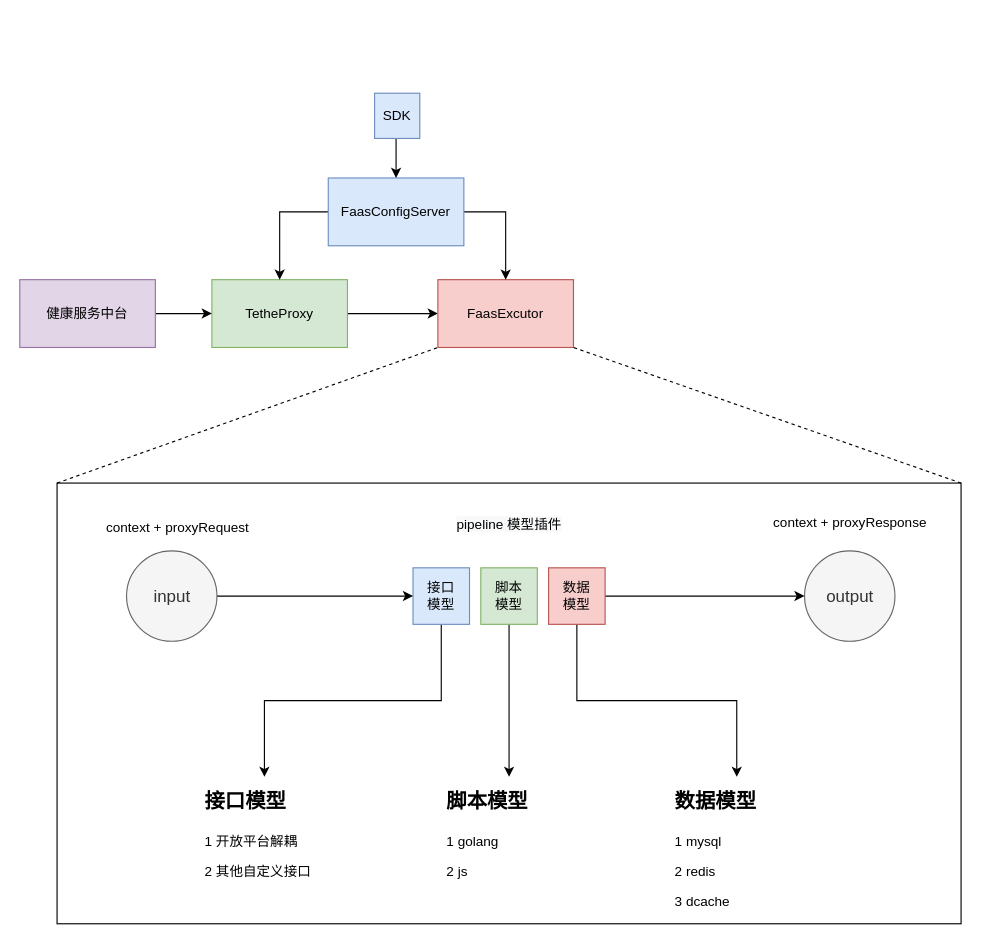
The draw.io diagram faas.drawio in axtrur/resource, before the edit. Source tidied: cells renumbered, new cells numbered last; positions are measured from the earlier drawing's top-left corner, leaving out a move shared by most shapes. Both pictures are drawn from the tidied source at 113%, with x=0, y=0 at pixel (19, 93).
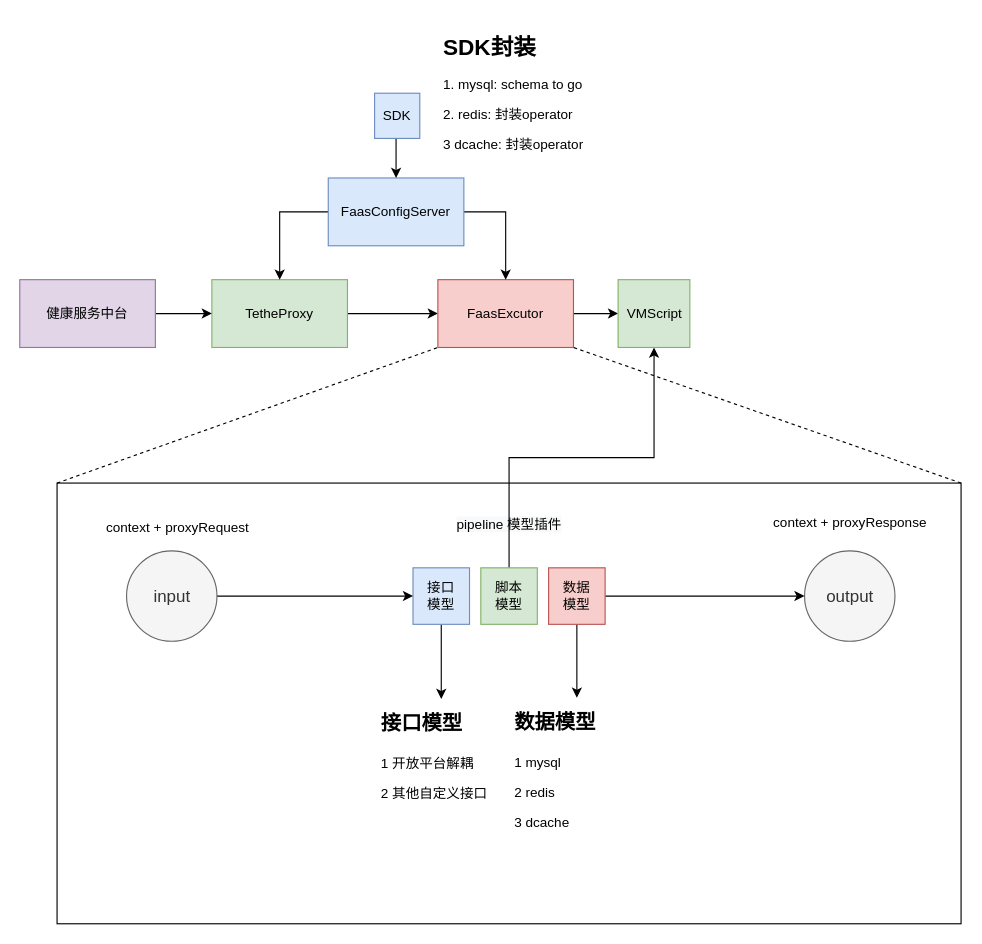
Above is the later version.

The change refers to these unchanged cells:
```xml
<mxCell id="10" value="脚本&lt;br&gt;模型" style="rounded=0;whiteSpace=wrap;html=1;fillColor=#d5e8d4;strokeColor=#82b366;" parent="1" vertex="1">
  <mxGeometry x="408" y="420" width="50" height="50" as="geometry" />
</mxCell>
<mxCell id="21" value="FaasExcutor" style="rounded=0;whiteSpace=wrap;html=1;fontSize=12;fillColor=#f8cecc;strokeColor=#b85450;" parent="1" vertex="1">
  <mxGeometry x="370" y="165" width="120" height="60" as="geometry" />
</mxCell>
```

The edit, as a diff of the source:
```diff
@@
-    <mxCell id="9" style="edgeStyle=orthogonalEdgeStyle;rounded=0;jettySize=auto;html=1;exitX=0.5;exitY=1;exitDx=0;exitDy=0;fontSize=12;" parent="1" edge="1" source="10" target="15">
-      <mxGeometry relative="1" as="geometry" />
-    </mxCell>
+    <mxCell id="31" style="edgeStyle=orthogonalEdgeStyle;rounded=0;jettySize=auto;html=1;exitX=0.5;exitY=0;exitDx=0;exitDy=0;fontSize=12;" parent="1" edge="1" source="10" target="34">
+      <mxGeometry relative="1" as="geometry" />
+    </mxCell>
@@
     <mxCell id="14" value="&lt;h1&gt;&lt;font style=&quot;font-size: 18px&quot;&gt;接口模型&lt;/font&gt;&lt;/h1&gt;&lt;p style=&quot;font-size: 12px&quot;&gt;1 开放平台解耦&lt;/p&gt;&lt;p style=&quot;font-size: 12px&quot;&gt;2 其他自定义接口&lt;/p&gt;" style="text;html=1;strokeColor=none;fillColor=none;spacing=5;spacingTop=-20;whiteSpace=wrap;overflow=hidden;rounded=0;fontSize=12;" parent="1" vertex="1">
-      <mxGeometry x="158.5" y="605" width="116" height="120" as="geometry" />
+      <mxGeometry x="315" y="536" width="116" height="120" as="geometry" />
     </mxCell>
-    <mxCell id="15" value="&lt;h1&gt;&lt;font style=&quot;font-size: 18px&quot;&gt;脚本模型&lt;/font&gt;&lt;/h1&gt;&lt;p style=&quot;font-size: 12px&quot;&gt;1 golang&lt;/p&gt;&lt;p style=&quot;font-size: 12px&quot;&gt;2 js&lt;/p&gt;" style="text;html=1;strokeColor=none;fillColor=none;spacing=5;spacingTop=-20;whiteSpace=wrap;overflow=hidden;rounded=0;fontSize=12;" parent="1" vertex="1">
-      <mxGeometry x="373" y="605" width="120" height="120" as="geometry" />
-    </mxCell>
     <mxCell id="16" value="&lt;h1&gt;&lt;font style=&quot;font-size: 18px&quot;&gt;数据模型&lt;/font&gt;&lt;/h1&gt;&lt;p style=&quot;font-size: 12px&quot;&gt;1 mysql&lt;/p&gt;&lt;p style=&quot;font-size: 12px&quot;&gt;2 redis&lt;/p&gt;&lt;p style=&quot;font-size: 12px&quot;&gt;3 dcache&lt;/p&gt;" style="text;html=1;strokeColor=none;fillColor=none;spacing=5;spacingTop=-20;whiteSpace=wrap;overflow=hidden;rounded=0;fontSize=12;" parent="1" vertex="1">
-      <mxGeometry x="574.5" y="605" width="120" height="120" as="geometry" />
+      <mxGeometry x="433" y="535" width="120" height="120" as="geometry" />
     </mxCell>
@@
+    <mxCell id="32" style="edgeStyle=orthogonalEdgeStyle;rounded=0;jettySize=auto;html=1;exitX=1;exitY=0.5;exitDx=0;exitDy=0;fontSize=12;" parent="1" edge="1" source="21" target="34">
+      <mxGeometry relative="1" as="geometry" />
+    </mxCell>
@@
+    <mxCell id="33" value="&lt;h1 style=&quot;font-size: 20px&quot;&gt;SDK封装&lt;/h1&gt;&lt;p&gt;&lt;font style=&quot;font-size: 12px&quot;&gt;&lt;span&gt;1. mysql: schema to go&lt;/span&gt;&lt;br&gt;&lt;/font&gt;&lt;/p&gt;&lt;p&gt;&lt;font style=&quot;font-size: 12px&quot;&gt;2. redis: 封装operator&lt;/font&gt;&lt;/p&gt;&lt;p&gt;&lt;font style=&quot;font-size: 12px&quot;&gt;3 dcache: 封装operator&lt;/font&gt;&lt;/p&gt;" style="text;html=1;strokeColor=none;fillColor=none;spacing=5;spacingTop=-20;whiteSpace=wrap;overflow=hidden;rounded=0;fontSize=12;" parent="1" vertex="1">
+      <mxGeometry x="370" y="-55" width="143" height="120" as="geometry" />
+    </mxCell>
+    <mxCell id="34" value="VMScript" style="rounded=0;whiteSpace=wrap;html=1;fontSize=12;fillColor=#d5e8d4;strokeColor=#82b366;" parent="1" vertex="1">
+      <mxGeometry x="529.5" y="165" width="63.5" height="60" as="geometry" />
+    </mxCell>
```
